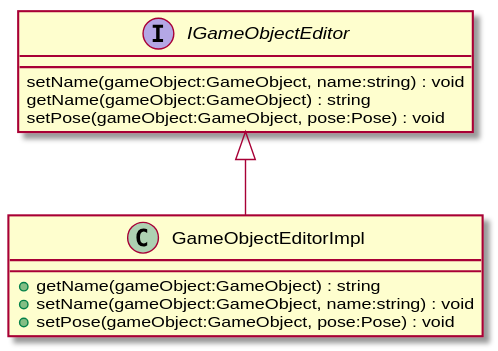
Above: UML/domain/IGameObjectEditor.svg in DeNatur/ProductionFloorVisualization (PlantUML), before the change.
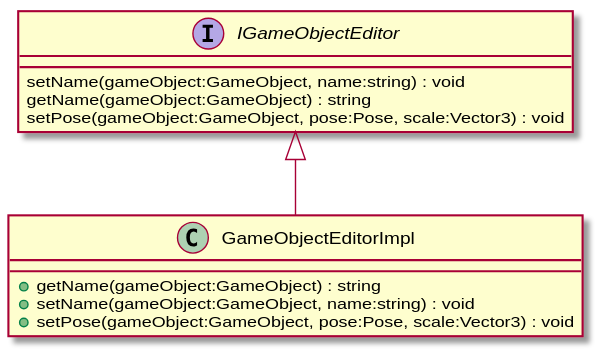
Above is the later version.

The edit, as a diff of the source:
```diff
@@ -2,12 +2,12 @@
 interface IGameObjectEditor {
     setName(gameObject:GameObject, name:string) : void
     getName(gameObject:GameObject) : string
-    setPose(gameObject:GameObject, pose:Pose) : void
+    setPose(gameObject:GameObject, pose:Pose, scale:Vector3) : void
 }
 class GameObjectEditorImpl {
     + getName(gameObject:GameObject) : string
     + setName(gameObject:GameObject, name:string) : void
-    + setPose(gameObject:GameObject, pose:Pose) : void
+    + setPose(gameObject:GameObject, pose:Pose, scale:Vector3) : void
 }
 IGameObjectEditor <|-- GameObjectEditorImpl
 @enduml
```
